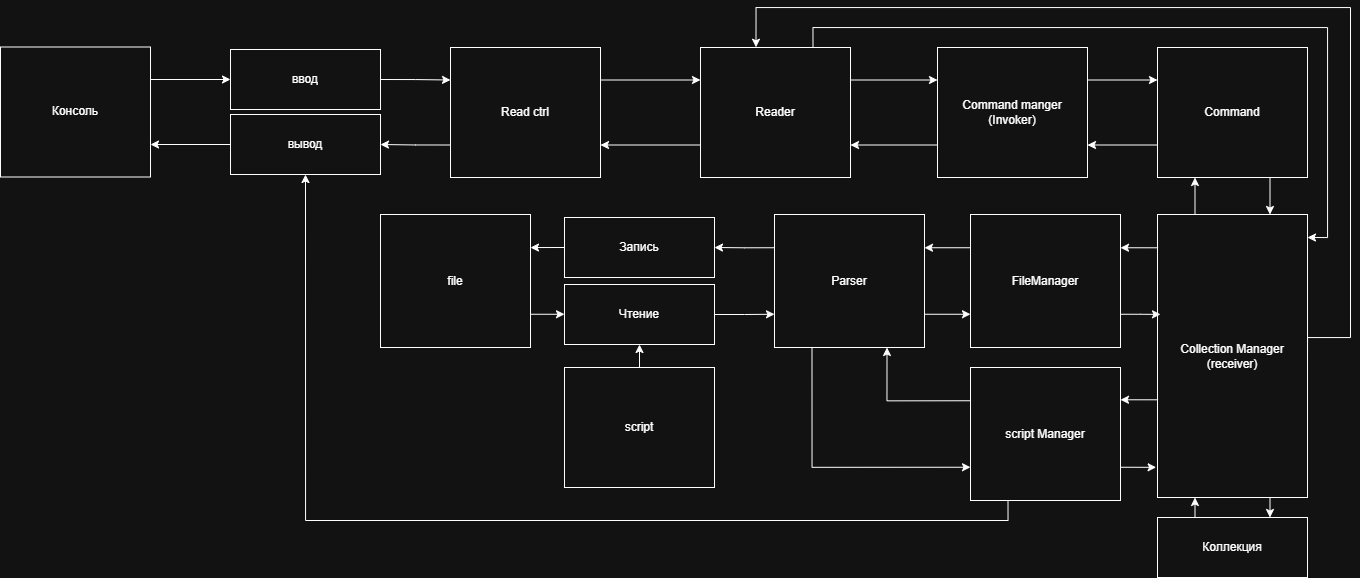
The draw.io diagram dragons_архитектура.drawio.png in tr-osfh/lab5, before a commit. Source tidied: cells renumbered, new cells last; positions are measured from the earlier drawing's top-left corner, leaving out a move shared by most shapes.
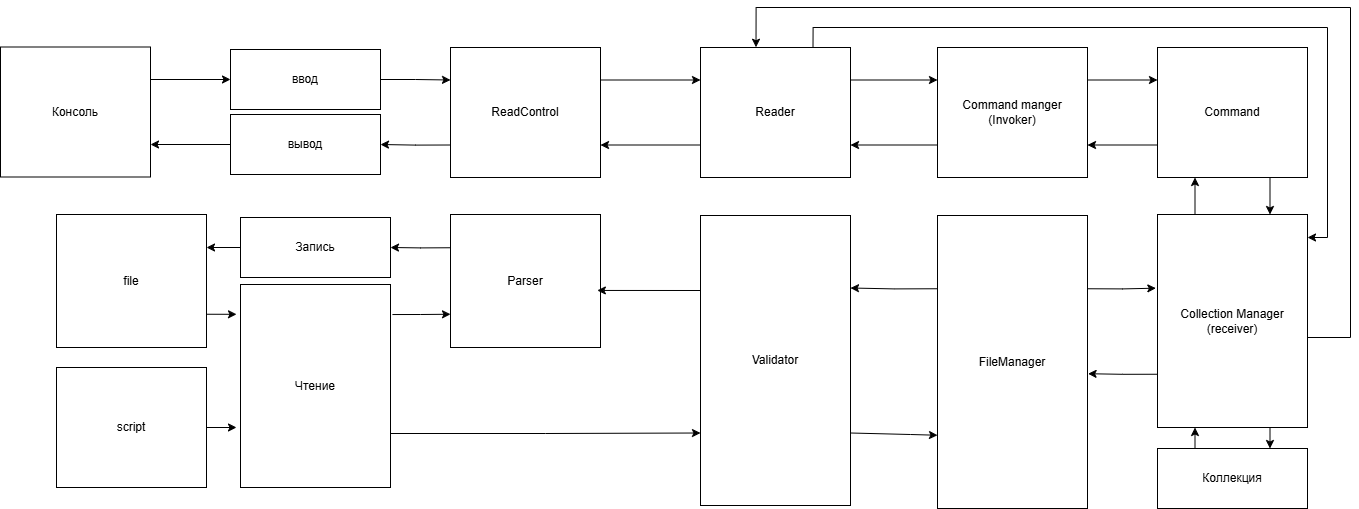
Above is the later version.

What changed in the source:
```diff
@@ -27,7 +27,7 @@
       <mxGeometry relative="1" as="geometry" />
     </mxCell>
     <mxCell id="10" value="Collection Manager&lt;br&gt;(receiver)" style="rounded=0;whiteSpace=wrap;html=1;" parent="1" vertex="1">
-      <mxGeometry x="1157" y="207" width="150" height="283" as="geometry" />
+      <mxGeometry x="1157" y="207" width="150" height="213" as="geometry" />
     </mxCell>
     <mxCell id="11" style="edgeStyle=orthogonalEdgeStyle;rounded=0;jettySize=auto;html=1;exitX=1;exitY=0.25;exitDx=0;exitDy=0;entryX=0;entryY=0.25;entryDx=0;entryDy=0;" parent="1" edge="1" source="13" target="28">
       <mxGeometry relative="1" as="geometry" />
@@ -42,7 +42,7 @@
       <mxGeometry relative="1" as="geometry" />
     </mxCell>
     <mxCell id="15" value="Коллекция" style="rounded=0;whiteSpace=wrap;html=1;" parent="1" vertex="1">
-      <mxGeometry x="1157" y="510" width="150" height="60" as="geometry" />
+      <mxGeometry x="1157" y="441" width="150" height="60" as="geometry" />
     </mxCell>
     <mxCell id="16" style="edgeStyle=orthogonalEdgeStyle;rounded=0;jettySize=auto;html=1;exitX=1;exitY=0.25;exitDx=0;exitDy=0;entryX=0;entryY=0.25;entryDx=0;entryDy=0;" parent="1" edge="1" source="19" target="13">
       <mxGeometry relative="1" as="geometry" />
@@ -63,23 +63,28 @@
     <mxCell id="19" value="Reader" style="rounded=0;whiteSpace=wrap;html=1;" parent="1" vertex="1">
       <mxGeometry x="700" y="40" width="150" height="130" as="geometry" />
     </mxCell>
-    <mxCell id="20" style="edgeStyle=orthogonalEdgeStyle;rounded=0;jettySize=auto;html=1;exitX=0;exitY=0.25;exitDx=0;exitDy=0;entryX=1;entryY=0.25;entryDx=0;entryDy=0;" parent="1" edge="1" source="21" target="40">
-      <mxGeometry relative="1" as="geometry" />
-    </mxCell>
+    <mxCell id="49" style="edgeStyle=orthogonalEdgeStyle;rounded=0;jettySize=auto;html=1;exitX=0;exitY=0.25;exitDx=0;exitDy=0;entryX=1;entryY=0.25;entryDx=0;entryDy=0;" parent="1" edge="1" source="21" target="54">
+      <mxGeometry relative="1" as="geometry" />
+    </mxCell>
     <mxCell id="21" value="FileManager" style="rounded=0;whiteSpace=wrap;html=1;" parent="1" vertex="1">
-      <mxGeometry x="970" y="207" width="150" height="133" as="geometry" />
+      <mxGeometry x="937" y="208" width="150" height="293" as="geometry" />
     </mxCell>
     <mxCell id="22" style="edgeStyle=orthogonalEdgeStyle;rounded=0;jettySize=auto;html=1;exitX=0;exitY=0.5;exitDx=0;exitDy=0;entryX=1;entryY=0.25;entryDx=0;entryDy=0;" parent="1" edge="1" source="23" target="30">
       <mxGeometry relative="1" as="geometry" />
     </mxCell>
     <mxCell id="23" value="Запись" style="rounded=0;whiteSpace=wrap;html=1;" parent="1" vertex="1">
-      <mxGeometry x="564" y="210" width="150" height="60" as="geometry" />
+      <mxGeometry x="240" y="210" width="150" height="60" as="geometry" />
     </mxCell>
-    <mxCell id="24" style="edgeStyle=orthogonalEdgeStyle;rounded=0;jettySize=auto;html=1;exitX=1;exitY=0.5;exitDx=0;exitDy=0;entryX=0;entryY=0.75;entryDx=0;entryDy=0;" parent="1" edge="1" source="25" target="40">
-      <mxGeometry relative="1" as="geometry" />
-    </mxCell>
+    <mxCell id="50" style="edgeStyle=orthogonalEdgeStyle;rounded=0;jettySize=auto;html=1;exitX=1;exitY=0.75;exitDx=0;exitDy=0;entryX=0;entryY=0.75;entryDx=0;entryDy=0;" parent="1" edge="1" source="25" target="54">
+      <mxGeometry relative="1" as="geometry">
+        <Array as="points">
+          <mxPoint x="390" y="426" />
+          <mxPoint x="545" y="426" />
+        </Array>
+      </mxGeometry>
+    </mxCell>
     <mxCell id="25" value="Чтение" style="rounded=0;whiteSpace=wrap;html=1;" parent="1" vertex="1">
-      <mxGeometry x="564" y="277" width="150" height="60" as="geometry" />
+      <mxGeometry x="240" y="277" width="150" height="203" as="geometry" />
     </mxCell>
     <mxCell id="26" style="edgeStyle=orthogonalEdgeStyle;rounded=0;jettySize=auto;html=1;exitX=0.75;exitY=1;exitDx=0;exitDy=0;entryX=0.75;entryY=0;entryDx=0;entryDy=0;" parent="1" edge="1" source="28" target="10">
       <mxGeometry relative="1" as="geometry" />
@@ -90,11 +95,13 @@
     <mxCell id="28" value="Command" style="rounded=0;whiteSpace=wrap;html=1;" parent="1" vertex="1">
       <mxGeometry x="1157" y="40" width="150" height="130" as="geometry" />
     </mxCell>
-    <mxCell id="29" style="edgeStyle=orthogonalEdgeStyle;rounded=0;jettySize=auto;html=1;exitX=1;exitY=0.75;exitDx=0;exitDy=0;entryX=0;entryY=0.5;entryDx=0;entryDy=0;" parent="1" edge="1" source="30" target="25">
-      <mxGeometry relative="1" as="geometry" />
-    </mxCell>
+    <mxCell id="51" style="edgeStyle=orthogonalEdgeStyle;rounded=0;jettySize=auto;html=1;exitX=1;exitY=0.75;exitDx=0;exitDy=0;" parent="1" edge="1" source="30">
+      <mxGeometry relative="1" as="geometry">
+        <mxPoint x="236" y="307" as="targetPoint" />
+      </mxGeometry>
+    </mxCell>
     <mxCell id="30" value="file" style="rounded=0;whiteSpace=wrap;html=1;" parent="1" vertex="1">
-      <mxGeometry x="380" y="207" width="150" height="133" as="geometry" />
+      <mxGeometry x="56" y="207" width="150" height="133" as="geometry" />
     </mxCell>
     <mxCell id="31" style="edgeStyle=orthogonalEdgeStyle;rounded=0;jettySize=auto;html=1;exitX=0;exitY=0.75;exitDx=0;exitDy=0;entryX=1;entryY=0.5;entryDx=0;entryDy=0;" parent="1" edge="1" source="33" target="7">
       <mxGeometry relative="1" as="geometry" />
@@ -102,7 +109,7 @@
     <mxCell id="32" style="edgeStyle=orthogonalEdgeStyle;rounded=0;jettySize=auto;html=1;exitX=1;exitY=0.25;exitDx=0;exitDy=0;entryX=0;entryY=0.25;entryDx=0;entryDy=0;" parent="1" edge="1" source="33" target="19">
       <mxGeometry relative="1" as="geometry" />
     </mxCell>
-    <mxCell id="33" value="Read ctrl" style="rounded=0;whiteSpace=wrap;html=1;" parent="1" vertex="1">
+    <mxCell id="33" value="ReadControl" style="rounded=0;whiteSpace=wrap;html=1;" parent="1" vertex="1">
       <mxGeometry x="450" y="40" width="150" height="130" as="geometry" />
     </mxCell>
     <mxCell id="34" style="edgeStyle=orthogonalEdgeStyle;rounded=0;jettySize=auto;html=1;exitX=1;exitY=0.5;exitDx=0;exitDy=0;entryX=0.37;entryY=-0.002;entryDx=0;entryDy=0;entryPerimeter=0;" parent="1" edge="1" source="10" target="19">
@@ -115,58 +122,49 @@
         </Array>
       </mxGeometry>
     </mxCell>
-    <mxCell id="35" style="edgeStyle=orthogonalEdgeStyle;rounded=0;jettySize=auto;html=1;exitX=0.5;exitY=0;exitDx=0;exitDy=0;entryX=0.5;entryY=1;entryDx=0;entryDy=0;" parent="1" edge="1" source="36" target="25">
-      <mxGeometry relative="1" as="geometry" />
-    </mxCell>
+    <mxCell id="52" style="edgeStyle=orthogonalEdgeStyle;rounded=0;jettySize=auto;html=1;exitX=1;exitY=0.5;exitDx=0;exitDy=0;" parent="1" edge="1" source="36">
+      <mxGeometry relative="1" as="geometry">
+        <mxPoint x="236" y="420.2" as="targetPoint" />
+      </mxGeometry>
+    </mxCell>
     <mxCell id="36" value="script" style="rounded=0;whiteSpace=wrap;html=1;" parent="1" vertex="1">
-      <mxGeometry x="564" y="360" width="150" height="120" as="geometry" />
+      <mxGeometry x="56" y="360" width="150" height="120" as="geometry" />
     </mxCell>
     <mxCell id="37" style="edgeStyle=orthogonalEdgeStyle;rounded=0;jettySize=auto;html=1;exitX=0;exitY=0.25;exitDx=0;exitDy=0;entryX=1;entryY=0.5;entryDx=0;entryDy=0;" parent="1" edge="1" source="40" target="23">
       <mxGeometry relative="1" as="geometry" />
     </mxCell>
-    <mxCell id="38" style="edgeStyle=orthogonalEdgeStyle;rounded=0;jettySize=auto;html=1;exitX=1;exitY=0.75;exitDx=0;exitDy=0;entryX=0;entryY=0.75;entryDx=0;entryDy=0;" parent="1" edge="1" source="40" target="21">
-      <mxGeometry relative="1" as="geometry" />
-    </mxCell>
-    <mxCell id="39" style="edgeStyle=orthogonalEdgeStyle;rounded=0;jettySize=auto;html=1;exitX=0.25;exitY=1;exitDx=0;exitDy=0;entryX=0;entryY=0.75;entryDx=0;entryDy=0;" parent="1" edge="1" source="40" target="44">
-      <mxGeometry relative="1" as="geometry" />
-    </mxCell>
     <mxCell id="40" value="Parser" style="rounded=0;whiteSpace=wrap;html=1;" parent="1" vertex="1">
-      <mxGeometry x="774" y="207" width="150" height="133" as="geometry" />
+      <mxGeometry x="450" y="207" width="150" height="133" as="geometry" />
     </mxCell>
     <mxCell id="41" style="edgeStyle=orthogonalEdgeStyle;rounded=0;orthogonalLoop=1;jettySize=auto;html=1;exitX=0.5;exitY=1;exitDx=0;exitDy=0;" parent="1" edge="1" source="10" target="10">
       <mxGeometry relative="1" as="geometry" />
     </mxCell>
-    <mxCell id="42" style="edgeStyle=orthogonalEdgeStyle;rounded=0;jettySize=auto;html=1;exitX=0;exitY=0.25;exitDx=0;exitDy=0;entryX=0.75;entryY=1;entryDx=0;entryDy=0;" parent="1" edge="1" source="44" target="40">
-      <mxGeometry relative="1" as="geometry" />
-    </mxCell>
-    <mxCell id="43" style="edgeStyle=orthogonalEdgeStyle;rounded=0;jettySize=auto;html=1;exitX=0.25;exitY=1;exitDx=0;exitDy=0;entryX=0.5;entryY=1;entryDx=0;entryDy=0;" parent="1" edge="1" source="44" target="7">
-      <mxGeometry relative="1" as="geometry" />
-    </mxCell>
-    <mxCell id="44" value="script Manager" style="rounded=0;whiteSpace=wrap;html=1;" parent="1" vertex="1">
-      <mxGeometry x="970" y="360" width="150" height="133" as="geometry" />
-    </mxCell>
-    <mxCell id="45" style="edgeStyle=orthogonalEdgeStyle;rounded=0;jettySize=auto;html=1;exitX=0;exitY=0.25;exitDx=0;exitDy=0;entryX=1;entryY=0.25;entryDx=0;entryDy=0;" parent="1" edge="1" target="21">
-      <mxGeometry relative="1" as="geometry">
-        <mxPoint x="1157" y="237.7" as="sourcePoint" />
-        <Array as="points">
-          <mxPoint x="1157" y="240" />
-        </Array>
-      </mxGeometry>
-    </mxCell>
+    <mxCell id="24" style="edgeStyle=orthogonalEdgeStyle;rounded=0;jettySize=auto;html=1;exitX=1.013;exitY=0.148;exitDx=0;exitDy=0;entryX=0;entryY=0.75;entryDx=0;entryDy=0;exitPerimeter=0;" parent="1" edge="1" source="25" target="40">
+      <mxGeometry relative="1" as="geometry" />
+    </mxCell>
+    <mxCell id="53" style="edgeStyle=orthogonalEdgeStyle;rounded=0;jettySize=auto;html=1;exitX=1;exitY=0.75;exitDx=0;exitDy=0;entryX=0;entryY=0.75;entryDx=0;entryDy=0;" parent="1" edge="1" source="54" target="21">
+      <mxGeometry relative="1" as="geometry">
+        <Array as="points">
+          <mxPoint x="850" y="427" />
+          <mxPoint x="910" y="427" />
+        </Array>
+      </mxGeometry>
+    </mxCell>
+    <mxCell id="54" value="Validator" style="rounded=0;whiteSpace=wrap;html=1;" parent="1" vertex="1">
+      <mxGeometry x="700" y="208" width="150" height="290" as="geometry" />
+    </mxCell>
+    <mxCell id="55" style="edgeStyle=orthogonalEdgeStyle;rounded=0;jettySize=auto;html=1;exitX=0;exitY=0.25;exitDx=0;exitDy=0;entryX=0.979;entryY=0.571;entryDx=0;entryDy=0;entryPerimeter=0;" parent="1" edge="1" source="54" target="40">
+      <mxGeometry relative="1" as="geometry">
+        <Array as="points">
+          <mxPoint x="700" y="283" />
+        </Array>
+      </mxGeometry>
+    </mxCell>
-    <mxCell id="46" style="edgeStyle=orthogonalEdgeStyle;rounded=0;jettySize=auto;html=1;exitX=1;exitY=0.75;exitDx=0;exitDy=0;entryX=0.02;entryY=0.353;entryDx=0;entryDy=0;entryPerimeter=0;" parent="1" edge="1" source="21" target="10">
+    <mxCell id="46" style="edgeStyle=orthogonalEdgeStyle;rounded=0;jettySize=auto;html=1;exitX=1;exitY=0.25;exitDx=0;exitDy=0;entryX=-0.011;entryY=0.346;entryDx=0;entryDy=0;entryPerimeter=0;" parent="1" edge="1" source="21" target="10">
       <mxGeometry relative="1" as="geometry" />
     </mxCell>
-    <mxCell id="47" style="edgeStyle=orthogonalEdgeStyle;rounded=0;jettySize=auto;html=1;exitX=1;exitY=0.75;exitDx=0;exitDy=0;entryX=-0.009;entryY=0.893;entryDx=0;entryDy=0;entryPerimeter=0;" parent="1" edge="1" source="44" target="10">
-      <mxGeometry relative="1" as="geometry" />
-    </mxCell>
-    <mxCell id="48" style="edgeStyle=orthogonalEdgeStyle;rounded=0;orthogonalLoop=1;jettySize=auto;html=1;exitX=0;exitY=0.25;exitDx=0;exitDy=0;entryX=1;entryY=0.25;entryDx=0;entryDy=0;" parent="1" edge="1">
-      <mxGeometry relative="1" as="geometry">
-        <mxPoint x="1157" y="390" as="sourcePoint" />
-        <mxPoint x="1120" y="392.3" as="targetPoint" />
-        <Array as="points">
-          <mxPoint x="1157" y="392.3" />
-        </Array>
-      </mxGeometry>
-    </mxCell>
+    <mxCell id="56" style="edgeStyle=orthogonalEdgeStyle;rounded=0;jettySize=auto;html=1;exitX=0;exitY=0.75;exitDx=0;exitDy=0;entryX=1.004;entryY=0.54;entryDx=0;entryDy=0;entryPerimeter=0;" parent="1" edge="1" source="10" target="21">
+      <mxGeometry relative="1" as="geometry" />
+    </mxCell>
   </root>
 </mxGraphModel>
```
